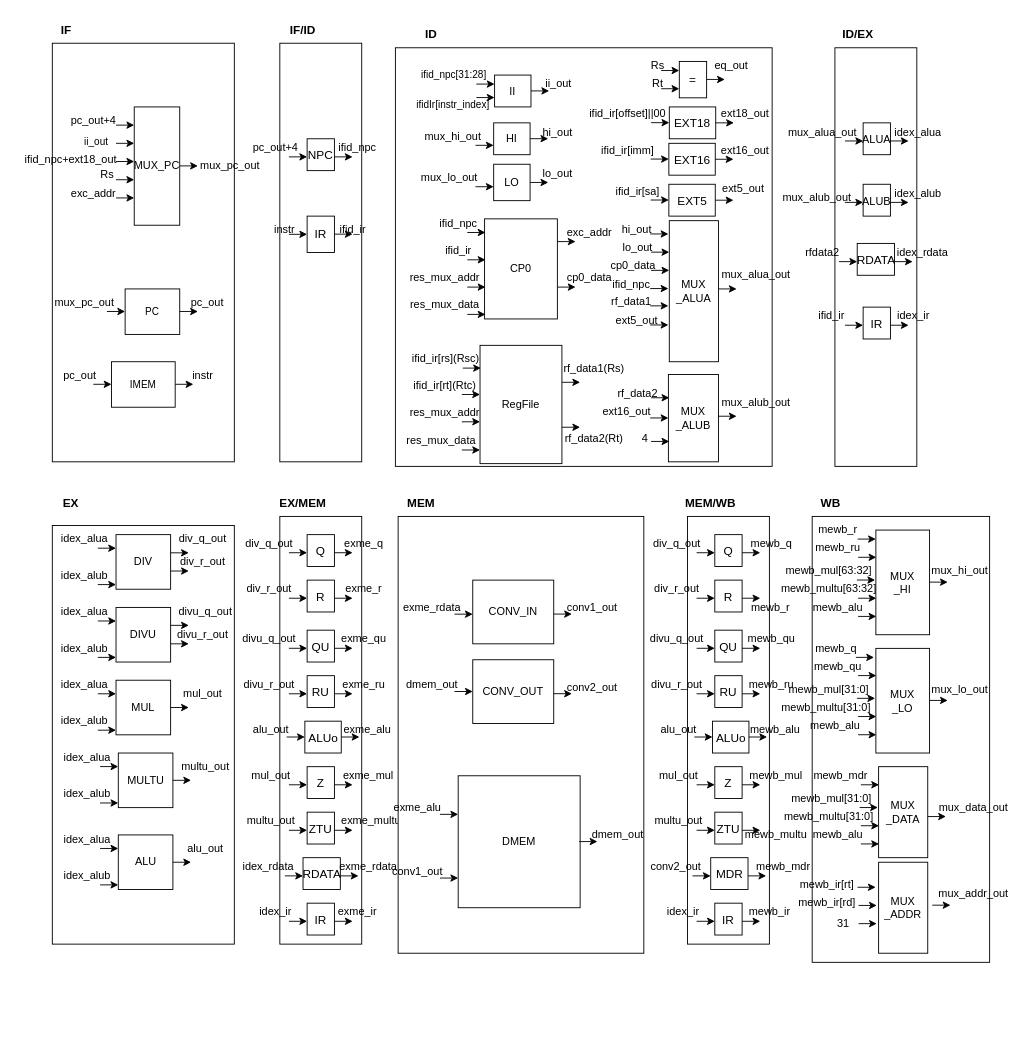
Raxio-Z/VGA_Game keeps this draw.io diagram as 未命名绘图.drawio. Above is the earlier version. Source tidied: cells renumbered, new cells numbered last; positions are measured from the earlier drawing's top-left corner, leaving out a move shared by most shapes. Both pictures are drawn from the tidied source at 91%, with x=0, y=0 at pixel (15, 15).
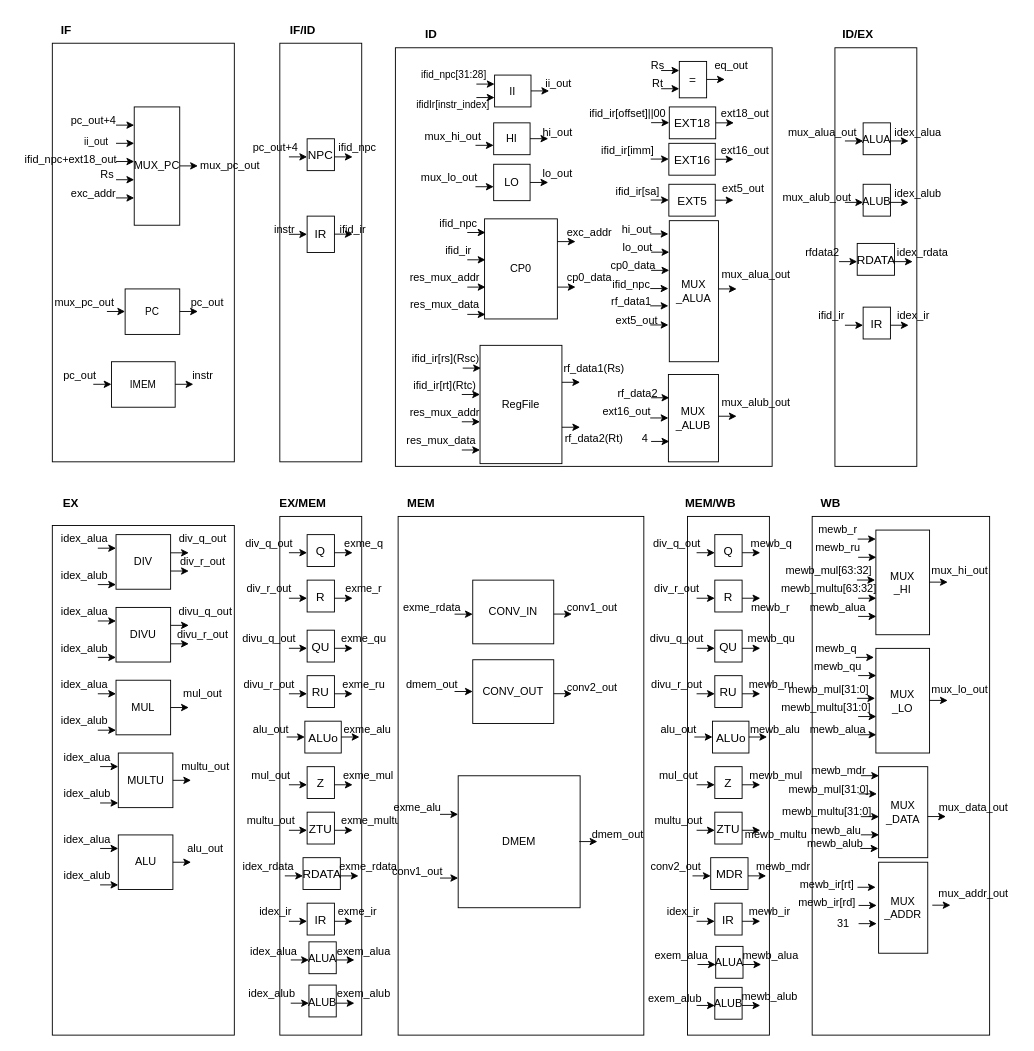
The same page after the edit.

Commit message:
更新未命名绘图.drawio

The edit, as a diff of the source:
```diff
@@
     <mxCell id="140" style="rounded=0;whiteSpace=wrap;html=1;" parent="1" vertex="1">
-      <mxGeometry x="40" y="560" width="200" height="460" as="geometry" />
+      <mxGeometry x="40" y="560" width="200" height="560" as="geometry" />
     </mxCell>
@@
     <mxCell id="177" style="rounded=0;whiteSpace=wrap;html=1;fontSize=13;" parent="1" vertex="1">
-      <mxGeometry x="290" y="550" width="90" height="470" as="geometry" />
+      <mxGeometry x="290" y="550" width="90" height="570" as="geometry" />
     </mxCell>
@@
     <mxCell id="228" style="rounded=0;whiteSpace=wrap;html=1;fontSize=12;" parent="1" vertex="1">
-      <mxGeometry x="420" y="550" width="270" height="480" as="geometry" />
+      <mxGeometry x="420" y="550" width="270" height="570" as="geometry" />
     </mxCell>
@@
     <mxCell id="246" style="rounded=0;whiteSpace=wrap;html=1;fontSize=13;" parent="1" vertex="1">
-      <mxGeometry x="738" y="550" width="90" height="470" as="geometry" />
+      <mxGeometry x="738" y="550" width="90" height="570" as="geometry" />
     </mxCell>
@@
     <mxCell id="294" style="rounded=0;whiteSpace=wrap;html=1;fontSize=12;" parent="1" vertex="1">
-      <mxGeometry x="875" y="550" width="195" height="490" as="geometry" />
+      <mxGeometry x="875" y="550" width="195" height="570" as="geometry" />
     </mxCell>
@@
-    <mxCell id="304" value="mewb_alu" style="text;html=1;align=center;verticalAlign=middle;fillColor=none;strokeColor=none;rounded=0;" parent="1" vertex="1">
+    <mxCell id="304" value="mewb_alua" style="text;html=1;align=center;verticalAlign=middle;fillColor=none;strokeColor=none;rounded=0;" parent="1" vertex="1">
       <mxGeometry x="863" y="635" width="80" height="30" as="geometry" />
     </mxCell>
@@
-    <mxCell id="315" value="mewb_alu" style="text;html=1;align=center;verticalAlign=middle;fillColor=none;strokeColor=none;rounded=0;" parent="1" vertex="1">
-      <mxGeometry x="860" y="765" width="80" height="30" as="geometry" />
+    <mxCell id="315" value="mewb_alua" style="text;html=1;align=center;verticalAlign=middle;fillColor=none;strokeColor=none;rounded=0;" parent="1" vertex="1">
+      <mxGeometry x="863" y="770" width="80" height="30" as="geometry" />
     </mxCell>
@@
     <mxCell id="323" style="edgeStyle=none;orthogonalLoop=1;jettySize=auto;html=1;rounded=0;" parent="1" edge="1">
       <mxGeometry relative="1" as="geometry">
-        <mxPoint x="928.5" y="844.9" as="sourcePoint" />
-        <mxPoint x="948.5" y="844.9" as="targetPoint" />
+        <mxPoint x="928.5" y="834.9" as="sourcePoint" />
+        <mxPoint x="948.5" y="834.9" as="targetPoint" />
       </mxGeometry>
     </mxCell>
     <mxCell id="324" value="mewb_mdr" style="text;html=1;align=center;verticalAlign=middle;fillColor=none;strokeColor=none;rounded=0;" parent="1" vertex="1">
-      <mxGeometry x="866" y="820" width="80" height="30" as="geometry" />
+      <mxGeometry x="864" y="815" width="80" height="30" as="geometry" />
     </mxCell>
     <mxCell id="325" style="edgeStyle=none;orthogonalLoop=1;jettySize=auto;html=1;rounded=0;" parent="1" edge="1">
       <mxGeometry relative="1" as="geometry">
-        <mxPoint x="927.2" y="869.9" as="sourcePoint" />
-        <mxPoint x="947.2" y="869.9" as="targetPoint" />
+        <mxPoint x="926.2" y="854.9" as="sourcePoint" />
+        <mxPoint x="946.2" y="854.9" as="targetPoint" />
       </mxGeometry>
     </mxCell>
     <mxCell id="326" value="mewb_mul[31:0]" style="text;html=1;align=center;verticalAlign=middle;fillColor=none;strokeColor=none;rounded=0;" parent="1" vertex="1">
-      <mxGeometry x="841" y="845" width="110" height="30" as="geometry" />
+      <mxGeometry x="838" y="835" width="110" height="30" as="geometry" />
     </mxCell>
     <mxCell id="327" style="edgeStyle=none;orthogonalLoop=1;jettySize=auto;html=1;rounded=0;" parent="1" edge="1">
       <mxGeometry relative="1" as="geometry">
-        <mxPoint x="928.5" y="889.9" as="sourcePoint" />
-        <mxPoint x="948.5" y="889.9" as="targetPoint" />
+        <mxPoint x="928.5" y="879.9" as="sourcePoint" />
+        <mxPoint x="948.5" y="879.9" as="targetPoint" />
       </mxGeometry>
     </mxCell>
     <mxCell id="328" value="mewb_multu[31:0]" style="text;html=1;align=center;verticalAlign=middle;fillColor=none;strokeColor=none;rounded=0;" parent="1" vertex="1">
-      <mxGeometry x="833" y="865" width="120" height="30" as="geometry" />
+      <mxGeometry x="831" y="860" width="120" height="30" as="geometry" />
     </mxCell>
     <mxCell id="329" style="edgeStyle=none;orthogonalLoop=1;jettySize=auto;html=1;rounded=0;" parent="1" edge="1">
       <mxGeometry relative="1" as="geometry">
-        <mxPoint x="928.5" y="909.9" as="sourcePoint" />
-        <mxPoint x="948.5" y="909.9" as="targetPoint" />
+        <mxPoint x="928.5" y="899.9" as="sourcePoint" />
+        <mxPoint x="948.5" y="899.9" as="targetPoint" />
       </mxGeometry>
     </mxCell>
     <mxCell id="330" value="mewb_alu" style="text;html=1;align=center;verticalAlign=middle;fillColor=none;strokeColor=none;rounded=0;" parent="1" vertex="1">
-      <mxGeometry x="863" y="885" width="80" height="30" as="geometry" />
+      <mxGeometry x="861" y="880" width="80" height="30" as="geometry" />
     </mxCell>
@@
+    <mxCell id="354" value="&lt;font style=&quot;font-size: 12px;&quot;&gt;ALUA&lt;/font&gt;" style="rounded=0;whiteSpace=wrap;html=1;fontSize=13;" parent="1" vertex="1">
+      <mxGeometry x="322" y="1017.5" width="30" height="35" as="geometry" />
+    </mxCell>
+    <mxCell id="355" style="edgeStyle=none;orthogonalLoop=1;jettySize=auto;html=1;rounded=0;" parent="1" edge="1">
+      <mxGeometry relative="1" as="geometry">
+        <mxPoint x="302" y="1037.4" as="sourcePoint" />
+        <mxPoint x="322" y="1037.4" as="targetPoint" />
+      </mxGeometry>
+    </mxCell>
+    <mxCell id="356" value="idex_alua" style="text;html=1;align=center;verticalAlign=middle;fillColor=none;strokeColor=none;rounded=0;" parent="1" vertex="1">
+      <mxGeometry x="247.5" y="1012.5" width="70" height="30" as="geometry" />
+    </mxCell>
+    <mxCell id="357" style="edgeStyle=none;orthogonalLoop=1;jettySize=auto;html=1;rounded=0;" parent="1" edge="1">
+      <mxGeometry relative="1" as="geometry">
+        <mxPoint x="352" y="1037.4" as="sourcePoint" />
+        <mxPoint x="372" y="1037.4" as="targetPoint" />
+      </mxGeometry>
+    </mxCell>
+    <mxCell id="358" value="exem_alua" style="text;html=1;align=center;verticalAlign=middle;fillColor=none;strokeColor=none;rounded=0;" parent="1" vertex="1">
+      <mxGeometry x="342" y="1012.5" width="80" height="30" as="geometry" />
+    </mxCell>
+    <mxCell id="359" value="&lt;font style=&quot;font-size: 12px;&quot;&gt;ALUB&lt;/font&gt;" style="rounded=0;whiteSpace=wrap;html=1;fontSize=13;" parent="1" vertex="1">
+      <mxGeometry x="322" y="1065" width="30" height="35" as="geometry" />
+    </mxCell>
+    <mxCell id="360" style="edgeStyle=none;orthogonalLoop=1;jettySize=auto;html=1;rounded=0;" parent="1" edge="1">
+      <mxGeometry relative="1" as="geometry">
+        <mxPoint x="302" y="1084.9" as="sourcePoint" />
+        <mxPoint x="322" y="1084.9" as="targetPoint" />
+      </mxGeometry>
+    </mxCell>
+    <mxCell id="361" style="edgeStyle=none;orthogonalLoop=1;jettySize=auto;html=1;rounded=0;" parent="1" edge="1">
+      <mxGeometry relative="1" as="geometry">
+        <mxPoint x="352" y="1084.9" as="sourcePoint" />
+        <mxPoint x="372" y="1084.9" as="targetPoint" />
+      </mxGeometry>
+    </mxCell>
+    <mxCell id="362" value="exem_alub" style="text;html=1;align=center;verticalAlign=middle;fillColor=none;strokeColor=none;rounded=0;" parent="1" vertex="1">
+      <mxGeometry x="342" y="1060" width="80" height="30" as="geometry" />
+    </mxCell>
+    <mxCell id="363" value="idex_alub" style="text;html=1;align=center;verticalAlign=middle;fillColor=none;strokeColor=none;rounded=0;" parent="1" vertex="1">
+      <mxGeometry x="245.5" y="1060" width="70" height="30" as="geometry" />
+    </mxCell>
+    <mxCell id="364" value="&lt;font style=&quot;font-size: 12px;&quot;&gt;ALUA&lt;/font&gt;" style="rounded=0;whiteSpace=wrap;html=1;fontSize=13;" parent="1" vertex="1">
+      <mxGeometry x="769" y="1022.5" width="30" height="35" as="geometry" />
+    </mxCell>
+    <mxCell id="365" style="edgeStyle=none;orthogonalLoop=1;jettySize=auto;html=1;rounded=0;" parent="1" edge="1">
+      <mxGeometry relative="1" as="geometry">
+        <mxPoint x="749" y="1042.4" as="sourcePoint" />
+        <mxPoint x="769" y="1042.4" as="targetPoint" />
+      </mxGeometry>
+    </mxCell>
+    <mxCell id="366" value="exem_alua" style="text;html=1;align=center;verticalAlign=middle;fillColor=none;strokeColor=none;rounded=0;" parent="1" vertex="1">
+      <mxGeometry x="690.5" y="1017.5" width="80" height="30" as="geometry" />
+    </mxCell>
+    <mxCell id="367" style="edgeStyle=none;orthogonalLoop=1;jettySize=auto;html=1;rounded=0;" parent="1" edge="1">
+      <mxGeometry relative="1" as="geometry">
+        <mxPoint x="799" y="1042.4" as="sourcePoint" />
+        <mxPoint x="819" y="1042.4" as="targetPoint" />
+      </mxGeometry>
+    </mxCell>
+    <mxCell id="368" value="mewb_alua" style="text;html=1;align=center;verticalAlign=middle;fillColor=none;strokeColor=none;rounded=0;" parent="1" vertex="1">
+      <mxGeometry x="789" y="1017.5" width="80" height="30" as="geometry" />
+    </mxCell>
+    <mxCell id="369" value="&lt;font style=&quot;font-size: 12px;&quot;&gt;ALUB&lt;/font&gt;" style="rounded=0;whiteSpace=wrap;html=1;fontSize=13;" parent="1" vertex="1">
+      <mxGeometry x="768" y="1067.5" width="30" height="35" as="geometry" />
+    </mxCell>
+    <mxCell id="370" style="edgeStyle=none;orthogonalLoop=1;jettySize=auto;html=1;rounded=0;" parent="1" edge="1">
+      <mxGeometry relative="1" as="geometry">
+        <mxPoint x="748" y="1087.4" as="sourcePoint" />
+        <mxPoint x="768" y="1087.4" as="targetPoint" />
+      </mxGeometry>
+    </mxCell>
+    <mxCell id="371" style="edgeStyle=none;orthogonalLoop=1;jettySize=auto;html=1;rounded=0;" parent="1" edge="1">
+      <mxGeometry relative="1" as="geometry">
+        <mxPoint x="798" y="1087.4" as="sourcePoint" />
+        <mxPoint x="818" y="1087.4" as="targetPoint" />
+      </mxGeometry>
+    </mxCell>
+    <mxCell id="372" value="mewb_alub" style="text;html=1;align=center;verticalAlign=middle;fillColor=none;strokeColor=none;rounded=0;" parent="1" vertex="1">
+      <mxGeometry x="788" y="1062.5" width="80" height="30" as="geometry" />
+    </mxCell>
+    <mxCell id="373" value="exem_alub" style="text;html=1;align=center;verticalAlign=middle;fillColor=none;strokeColor=none;rounded=0;" parent="1" vertex="1">
+      <mxGeometry x="683.5" y="1065" width="80" height="30" as="geometry" />
+    </mxCell>
+    <mxCell id="374" style="edgeStyle=none;orthogonalLoop=1;jettySize=auto;html=1;rounded=0;" parent="1" edge="1">
+      <mxGeometry relative="1" as="geometry">
+        <mxPoint x="927.8" y="914.9" as="sourcePoint" />
+        <mxPoint x="947.8" y="914.9" as="targetPoint" />
+      </mxGeometry>
+    </mxCell>
+    <mxCell id="375" value="mewb_alub" style="text;html=1;align=center;verticalAlign=middle;fillColor=none;strokeColor=none;rounded=0;" parent="1" vertex="1">
+      <mxGeometry x="860.2" y="895" width="80" height="30" as="geometry" />
+    </mxCell>
```
